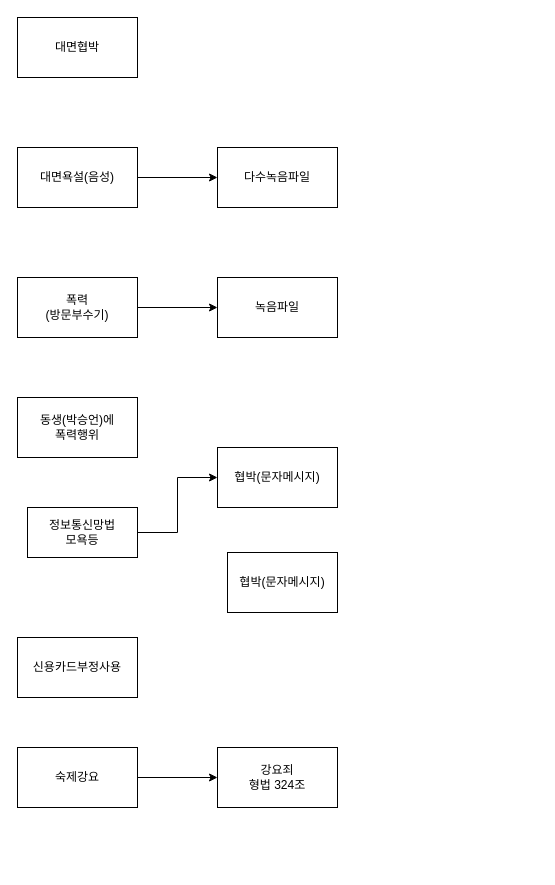
Earlier version of the draw.io diagram 박예슬 고소장.drawio (kirass79/draw.io). Source tidied: cells renumbered, new cells numbered last; positions are measured from the earlier drawing's top-left corner, leaving out a move shared by most shapes. Both pictures are drawn from the tidied source at 100%, with x=0, y=0 at pixel (17, 17).
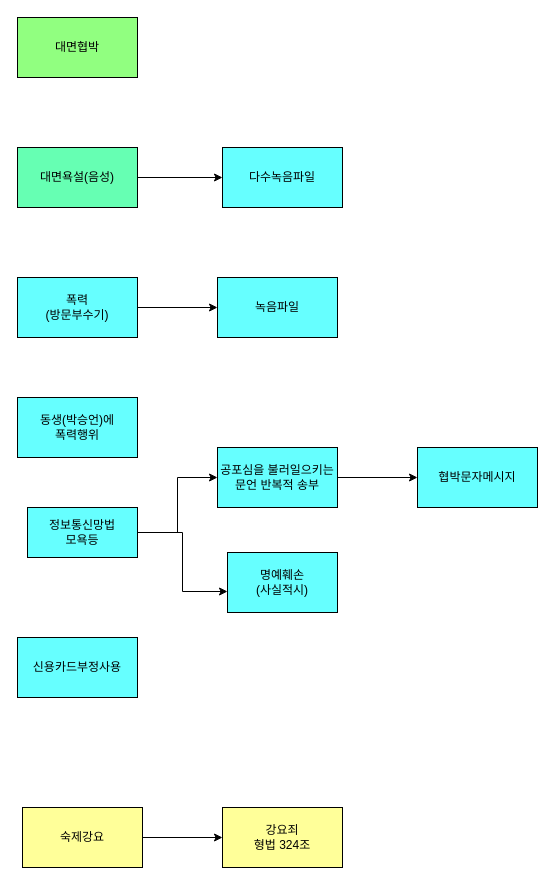
The same diagram, later.

Commit message (it also covers changes not shown here):
박예슬 고소장.drawio 업데이트

What changed in the source:
```diff
@@
-    <mxCell id="2" value="대면협박" style="rounded=0;whiteSpace=wrap;html=1;" parent="1" vertex="1">
+    <mxCell id="2" value="대면협박" style="rounded=0;whiteSpace=wrap;html=1;fillColor=#91FF80;" parent="1" vertex="1">
       <mxGeometry width="120" height="60" as="geometry" />
     </mxCell>
@@
-    <mxCell id="4" value="대면욕설(음성)" style="rounded=0;whiteSpace=wrap;html=1;" parent="1" vertex="1">
+    <mxCell id="4" value="대면욕설(음성)" style="rounded=0;whiteSpace=wrap;html=1;fillColor=#66FFB3;" parent="1" vertex="1">
       <mxGeometry y="130" width="120" height="60" as="geometry" />
     </mxCell>
+    <mxCell id="6" style="edgeStyle=orthogonalEdgeStyle;rounded=0;jettySize=auto;html=1;" parent="1" edge="1" source="7" target="8">
+      <mxGeometry relative="1" as="geometry" />
+    </mxCell>
+    <mxCell id="10" style="edgeStyle=orthogonalEdgeStyle;rounded=0;jettySize=auto;html=1;" parent="1" edge="1" source="11" target="12">
+      <mxGeometry relative="1" as="geometry" />
+    </mxCell>
+    <mxCell id="18" style="edgeStyle=orthogonalEdgeStyle;rounded=0;jettySize=auto;html=1;entryX=0;entryY=0.65;entryDx=0;entryDy=0;entryPerimeter=0;" parent="1" edge="1" source="11" target="13">
+      <mxGeometry relative="1" as="geometry" />
+    </mxCell>
+    <mxCell id="19" style="edgeStyle=orthogonalEdgeStyle;rounded=0;jettySize=auto;html=1;" parent="1" edge="1" source="12" target="20">
+      <mxGeometry relative="1" as="geometry" />
+    </mxCell>
+    <mxCell id="15" style="edgeStyle=orthogonalEdgeStyle;rounded=0;jettySize=auto;html=1;" parent="1" edge="1" source="16" target="17">
+      <mxGeometry relative="1" as="geometry" />
+    </mxCell>
+    <mxCell id="16" value="숙제강요" style="rounded=0;whiteSpace=wrap;html=1;fillColor=#FFFF99;" parent="1" vertex="1">
+      <mxGeometry x="5" y="790" width="120" height="60" as="geometry" />
+    </mxCell>
+    <mxCell id="17" value="강요죄&lt;br&gt;형법 324조" style="rounded=0;whiteSpace=wrap;html=1;fillColor=#FFFF99;" parent="1" vertex="1">
+      <mxGeometry x="205" y="790" width="120" height="60" as="geometry" />
+    </mxCell>
-    <mxCell id="5" value="다수녹음파일" style="whiteSpace=wrap;html=1;rounded=0;" parent="1" vertex="1">
-      <mxGeometry x="200" y="130" width="120" height="60" as="geometry" />
+    <mxCell id="5" value="다수녹음파일" style="whiteSpace=wrap;html=1;rounded=0;fillColor=#66FFFF;" parent="1" vertex="1">
+      <mxGeometry x="205" y="130" width="120" height="60" as="geometry" />
     </mxCell>
-    <mxCell id="6" style="edgeStyle=orthogonalEdgeStyle;rounded=0;jettySize=auto;html=1;" parent="1" edge="1" source="7" target="8">
-      <mxGeometry relative="1" as="geometry" />
-    </mxCell>
-    <mxCell id="7" value="폭력&lt;br&gt;(방문부수기)" style="rounded=0;whiteSpace=wrap;html=1;" parent="1" vertex="1">
+    <mxCell id="7" value="폭력&lt;br&gt;(방문부수기)" style="rounded=0;whiteSpace=wrap;html=1;fillColor=#66FFFF;" parent="1" vertex="1">
       <mxGeometry y="260" width="120" height="60" as="geometry" />
     </mxCell>
-    <mxCell id="8" value="녹음파일" style="rounded=0;whiteSpace=wrap;html=1;" parent="1" vertex="1">
+    <mxCell id="8" value="녹음파일" style="rounded=0;whiteSpace=wrap;html=1;fillColor=#66FFFF;" parent="1" vertex="1">
       <mxGeometry x="200" y="260" width="120" height="60" as="geometry" />
     </mxCell>
-    <mxCell id="9" value="동생(박승언)에&lt;br&gt;폭력행위" style="rounded=0;whiteSpace=wrap;html=1;" parent="1" vertex="1">
+    <mxCell id="9" value="동생(박승언)에&lt;br&gt;폭력행위" style="rounded=0;whiteSpace=wrap;html=1;fillColor=#66FFFF;" parent="1" vertex="1">
       <mxGeometry y="380" width="120" height="60" as="geometry" />
     </mxCell>
-    <mxCell id="10" style="edgeStyle=orthogonalEdgeStyle;rounded=0;jettySize=auto;html=1;" parent="1" edge="1" source="11" target="12">
-      <mxGeometry relative="1" as="geometry" />
-    </mxCell>
-    <mxCell id="11" value="정보통신망법&lt;br&gt;모욕등" style="rounded=0;whiteSpace=wrap;html=1;" parent="1" vertex="1">
+    <mxCell id="11" value="정보통신망법&lt;br&gt;모욕등" style="rounded=0;whiteSpace=wrap;html=1;fillColor=#66FFFF;" parent="1" vertex="1">
       <mxGeometry x="10" y="490" width="110" height="50" as="geometry" />
     </mxCell>
-    <mxCell id="12" value="협박(문자메시지)" style="rounded=0;whiteSpace=wrap;html=1;" parent="1" vertex="1">
+    <mxCell id="12" value="공포심을 불러일으키는 문언 반복적 송부" style="rounded=0;whiteSpace=wrap;html=1;fillColor=#66FFFF;" parent="1" vertex="1">
       <mxGeometry x="200" y="430" width="120" height="60" as="geometry" />
     </mxCell>
-    <mxCell id="13" value="협박(문자메시지)" style="rounded=0;whiteSpace=wrap;html=1;" parent="1" vertex="1">
+    <mxCell id="13" value="명예훼손&lt;br&gt;(사실적시)" style="rounded=0;whiteSpace=wrap;html=1;fillColor=#66FFFF;" parent="1" vertex="1">
       <mxGeometry x="210" y="535" width="110" height="60" as="geometry" />
     </mxCell>
-    <mxCell id="14" value="신용카드부정사용" style="rounded=0;whiteSpace=wrap;html=1;" parent="1" vertex="1">
+    <mxCell id="14" value="신용카드부정사용" style="rounded=0;whiteSpace=wrap;html=1;fillColor=#66FFFF;" parent="1" vertex="1">
       <mxGeometry y="620" width="120" height="60" as="geometry" />
     </mxCell>
-    <mxCell id="15" style="edgeStyle=orthogonalEdgeStyle;rounded=0;jettySize=auto;html=1;" parent="1" edge="1" source="16" target="17">
-      <mxGeometry relative="1" as="geometry" />
-    </mxCell>
-    <mxCell id="16" value="숙제강요" style="rounded=0;whiteSpace=wrap;html=1;" parent="1" vertex="1">
-      <mxGeometry y="730" width="120" height="60" as="geometry" />
-    </mxCell>
-    <mxCell id="17" value="강요죄&lt;br&gt;형법 324조" style="rounded=0;whiteSpace=wrap;html=1;" parent="1" vertex="1">
-      <mxGeometry x="200" y="730" width="120" height="60" as="geometry" />
-    </mxCell>
+    <mxCell id="20" value="협박문자메시지" style="whiteSpace=wrap;html=1;rounded=0;fillColor=#66FFFF;" parent="1" vertex="1">
+      <mxGeometry x="400" y="430" width="120" height="60" as="geometry" />
+    </mxCell>
```
